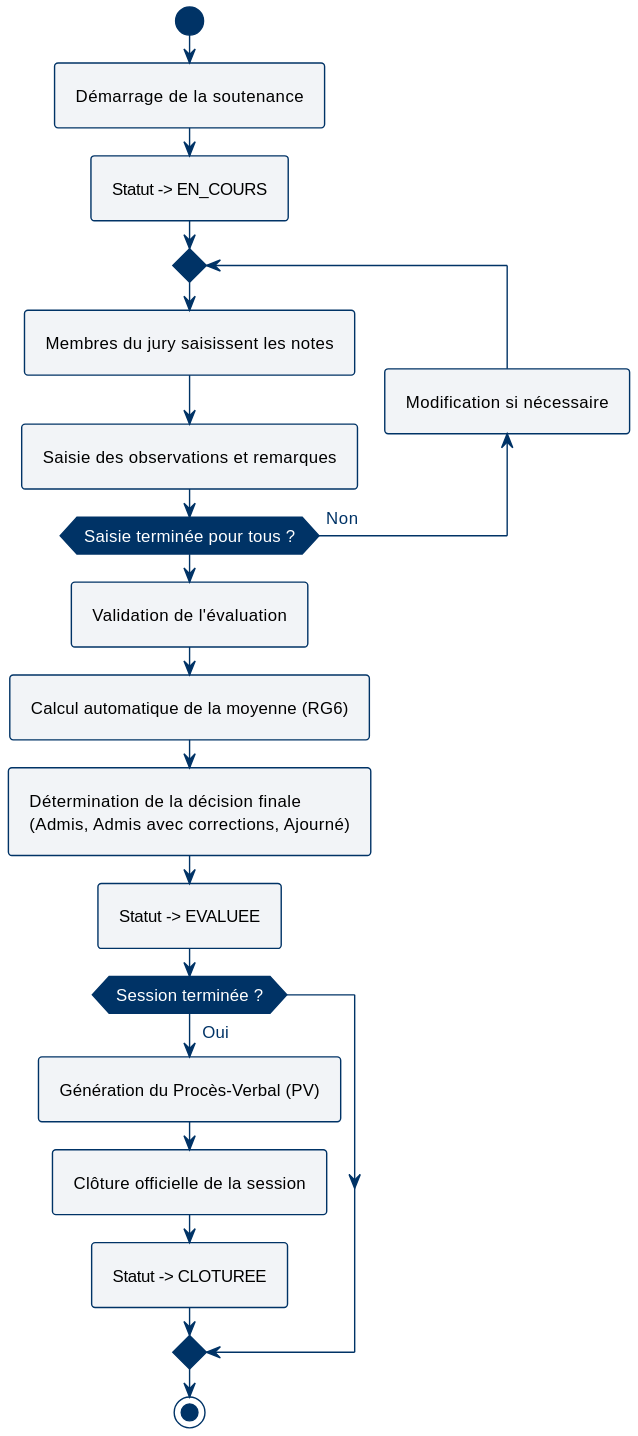
This is diagrams/svg/act_evaluation.svg from abdelaziz-ebourki/system-gestion-soutenance, a PlantUML export, as it was before one commit.
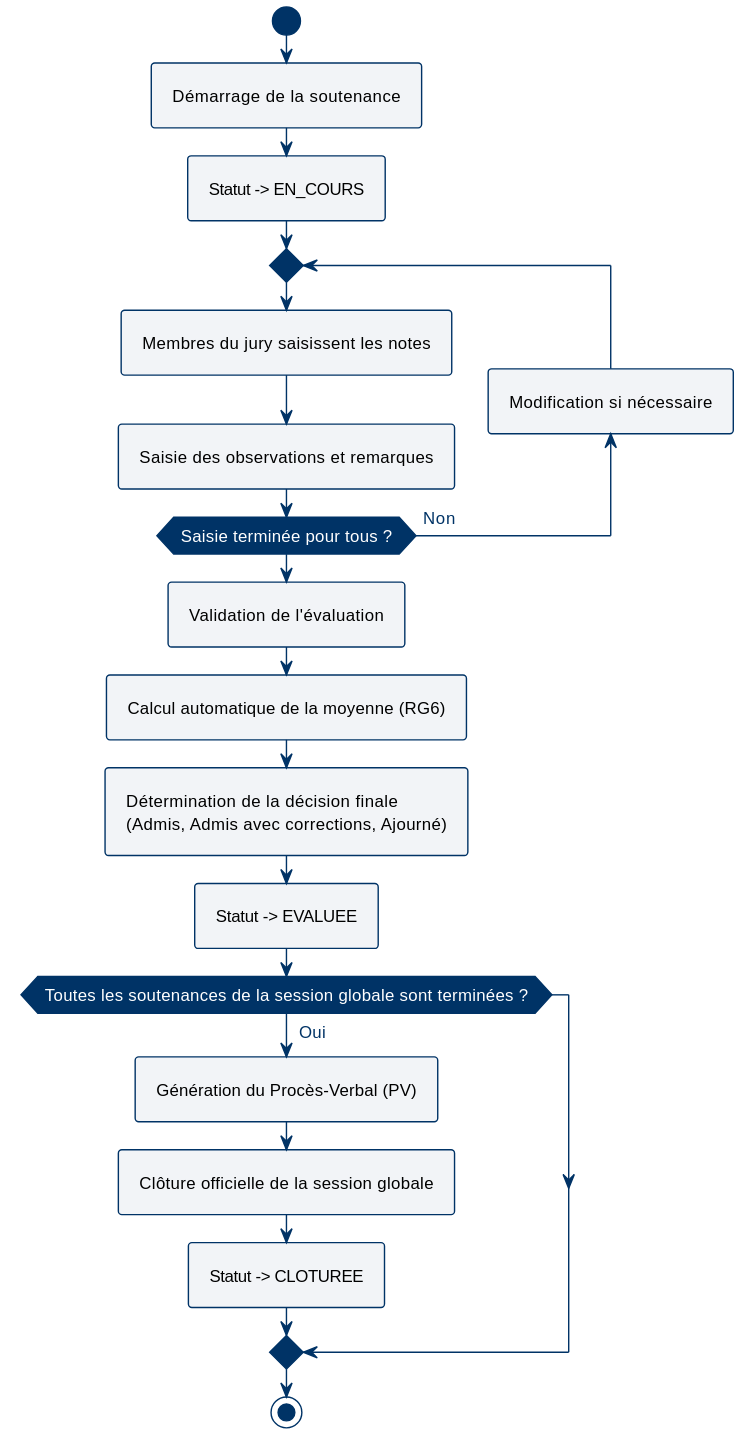
After the commit.

The edit, as a diff of the source:
```diff
@@ -17,9 +17,9 @@
 
 :Statut -> EVALUEE;
 
-if (Session terminée ?) then (Oui)
+if (Toutes les soutenances de la session globale sont terminées ?) then (Oui)
     :Génération du Procès-Verbal (PV);
-    :Clôture officielle de la session;
+    :Clôture officielle de la session globale;
     :Statut -> CLOTUREE;
 endif
 
```
